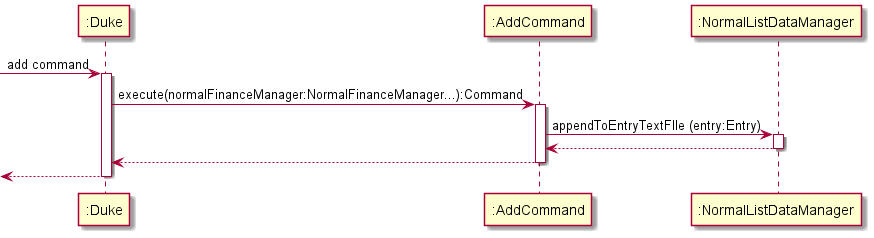
Above: docs/images/Storage.png in yanjia1777/tp (PlantUML), before the change.
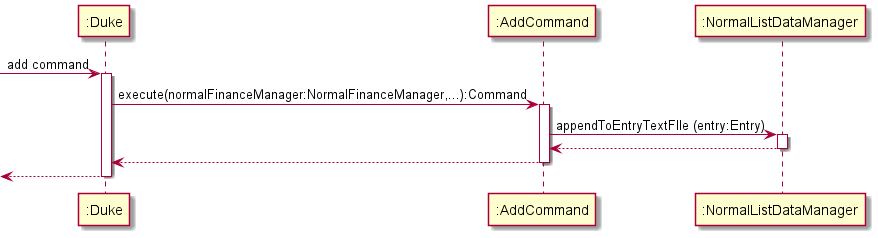
The same diagram one commit later.

Commit message:
UPdate storage diagram

Diff of the diagram source:
```diff
@@ -8,7 +8,7 @@
 -> duke : add command
 activate duke
 
-duke -> addCommand : execute(normalFinanceManager:NormalFinanceManager...):Command
+duke -> addCommand : execute(normalFinanceManager:NormalFinanceManager,...):Command
 activate addCommand
 
 addCommand -> normalListDataManager : appendToEntryTextFIle (entry:Entry)
```
